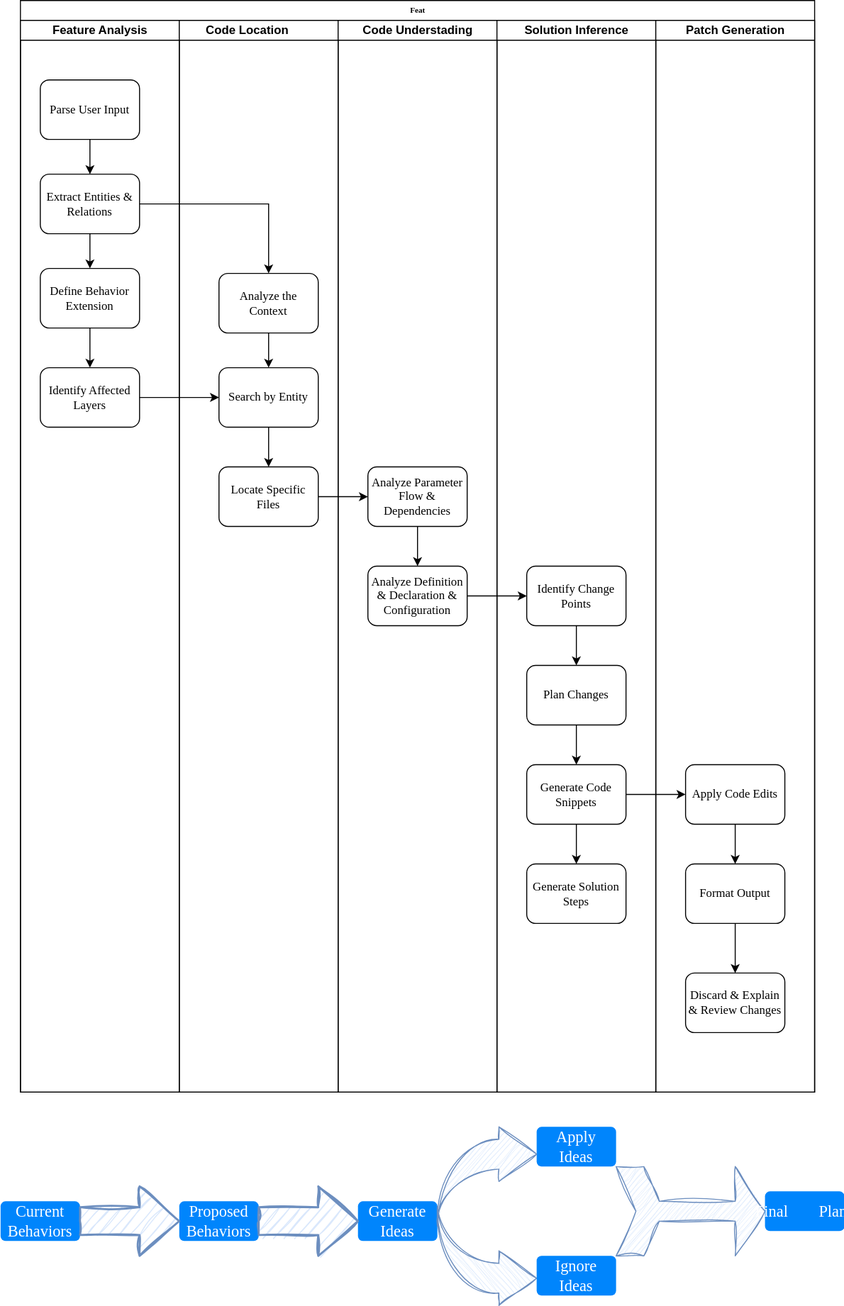
BullFrogDianDian/SoftEngineer keeps this draw.io diagram as feat.svg. Above is the earlier version. Source tidied: cells renumbered, new cells last; positions are measured from the earlier drawing's top-left corner, leaving out a move shared by most shapes.
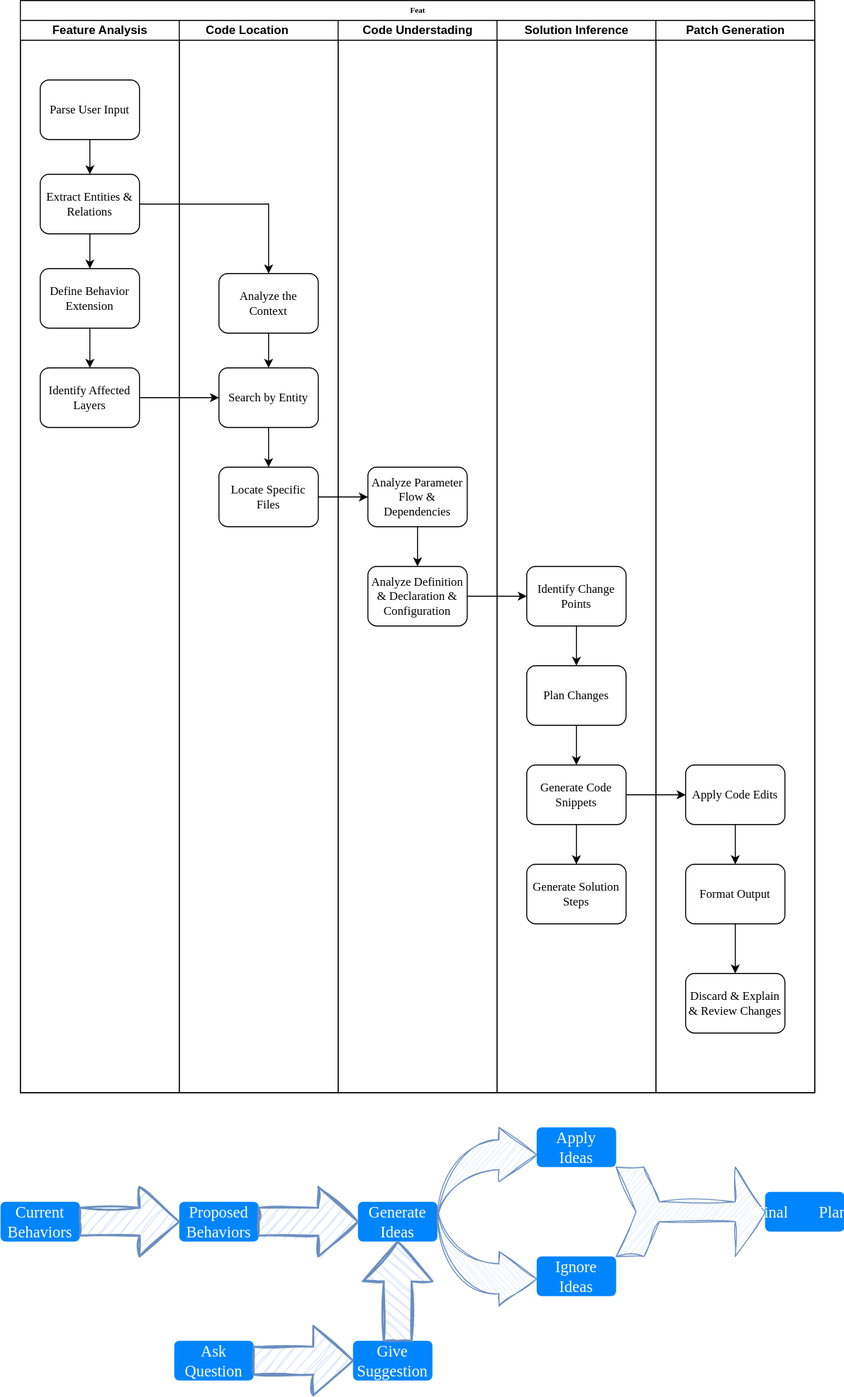
After the change.

The edit, as a diff of the source:
```diff
@@ -154,5 +154,17 @@
     <mxCell id="50" value="&lt;font face=&quot;Comic Sans MS&quot;&gt;Final&lt;span style=&quot;white-space: pre;&quot;&gt;&#9;&lt;/span&gt;Plans&lt;/font&gt;" style="html=1;shadow=0;dashed=0;shape=mxgraph.bootstrap.rrect;rSize=5;strokeColor=none;strokeWidth=1;fillColor=#0085FC;fontColor=#FFFFFF;whiteSpace=wrap;align=center;verticalAlign=middle;spacingLeft=0;fontStyle=0;fontSize=16;spacing=5;" parent="1" vertex="1">
       <mxGeometry x="770" y="1200" width="80" height="40" as="geometry" />
     </mxCell>
+    <mxCell id="51" value="&lt;font face=&quot;Comic Sans MS&quot;&gt;Ask Question&lt;/font&gt;" style="html=1;shadow=0;dashed=0;shape=mxgraph.bootstrap.rrect;rSize=5;strokeColor=none;strokeWidth=1;fillColor=#0085FC;fontColor=#FFFFFF;whiteSpace=wrap;align=center;verticalAlign=middle;spacingLeft=0;fontStyle=0;fontSize=16;spacing=5;" parent="1" vertex="1">
+      <mxGeometry x="175" y="1350" width="80" height="40" as="geometry" />
+    </mxCell>
+    <mxCell id="52" value="&lt;font face=&quot;Comic Sans MS&quot;&gt;Give Suggestion&lt;/font&gt;" style="html=1;shadow=0;dashed=0;shape=mxgraph.bootstrap.rrect;rSize=5;strokeColor=none;strokeWidth=1;fillColor=#0085FC;fontColor=#FFFFFF;whiteSpace=wrap;align=center;verticalAlign=middle;spacingLeft=0;fontStyle=0;fontSize=16;spacing=5;" parent="1" vertex="1">
+      <mxGeometry x="355" y="1350" width="80" height="40" as="geometry" />
+    </mxCell>
+    <mxCell id="53" style="verticalLabelPosition=bottom;verticalAlign=top;html=1;strokeWidth=2;shape=mxgraph.arrows2.arrow;dy=0.6;dx=40;notch=0;fillColor=#dae8fc;strokeColor=#6c8ebf;sketch=1;curveFitting=1;jiggle=2;" parent="1" vertex="1">
+      <mxGeometry x="255" y="1335" width="100" height="70" as="geometry" />
+    </mxCell>
+    <mxCell id="54" style="verticalLabelPosition=bottom;verticalAlign=top;html=1;strokeWidth=2;shape=mxgraph.arrows2.arrow;dy=0.6;dx=40;notch=0;fillColor=#dae8fc;strokeColor=#6c8ebf;sketch=1;curveFitting=1;jiggle=2;direction=north;" parent="1" vertex="1">
+      <mxGeometry x="365" y="1250" width="70" height="100" as="geometry" />
+    </mxCell>
   </root>
 </mxGraphModel>
```
